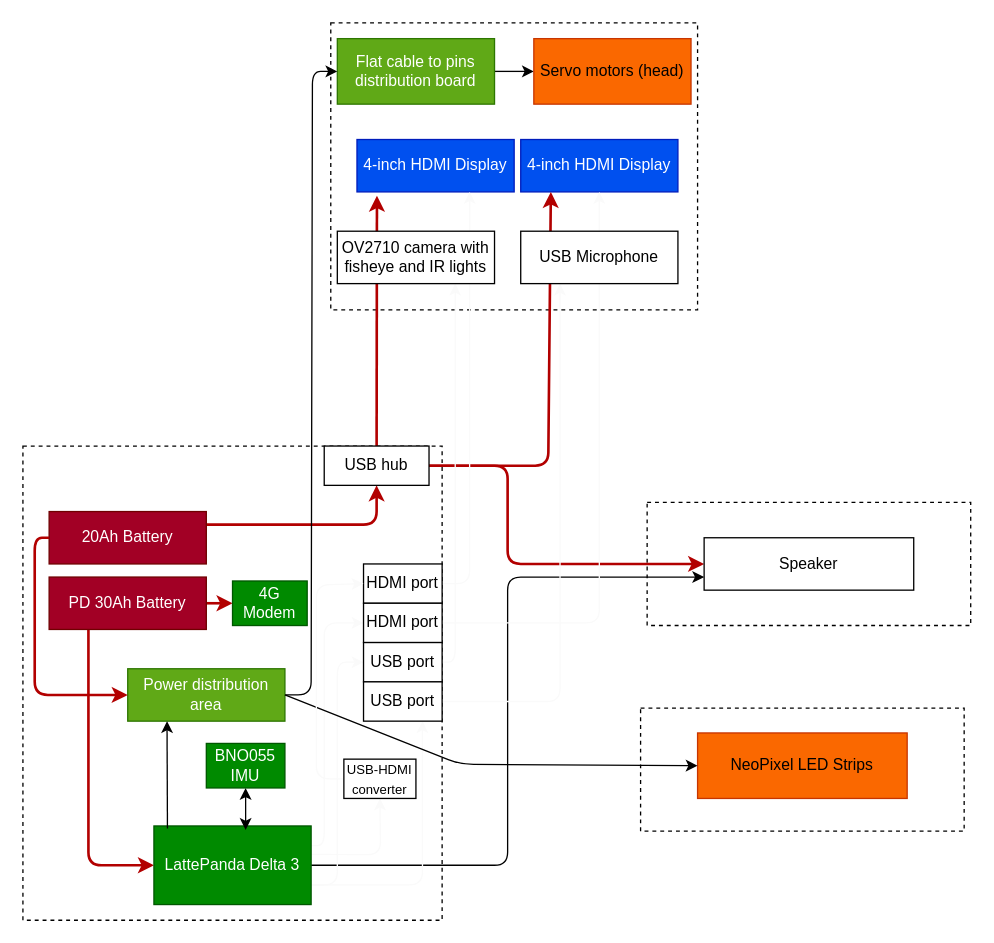
The draw.io diagram Planning/Hardware.drawio in MekhyW/DYNAMO-Electronic_Fursuit-2.0, before the edit. Source tidied: cells renumbered, new cells numbered last; positions are measured from the earlier drawing's top-left corner, leaving out a move shared by most shapes. Both pictures are drawn from the tidied source at 131%, with x=0, y=0 at pixel (22, 22).
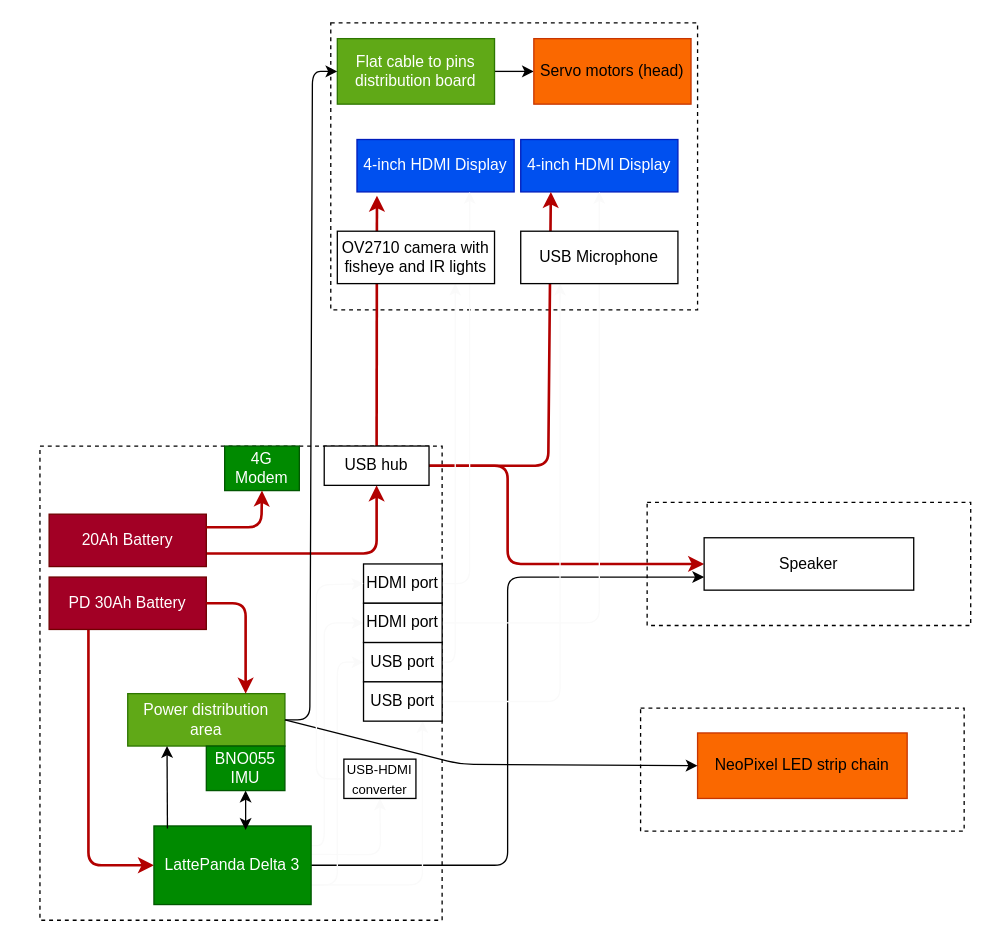
The same diagram, later.

The change refers to these unchanged cells:
```xml
<mxCell id="5" value="Flat cable to pins distribution board" style="rounded=0;whiteSpace=wrap;html=1;fillColor=#60a917;fontColor=#ffffff;strokeColor=#2D7600;" parent="1" vertex="1">
  <mxGeometry x="240" y="12" width="120" height="50" as="geometry" />
</mxCell>
<mxCell id="12" value="PD 30Ah Battery" style="rounded=0;whiteSpace=wrap;html=1;fillColor=#a20025;fontColor=#ffffff;strokeColor=#6F0000;" parent="1" vertex="1">
  <mxGeometry x="20" y="423" width="120" height="40" as="geometry" />
</mxCell>
<mxCell id="33" value="USB hub" style="rounded=0;whiteSpace=wrap;html=1;" parent="1" vertex="1">
  <mxGeometry x="230" y="323" width="80" height="30" as="geometry" />
</mxCell>
```

What changed in the source:
```diff
@@
     <mxCell id="8" style="rounded=0;whiteSpace=wrap;html=1;dashed=1;" parent="1" vertex="1">
-      <mxGeometry y="323" width="320" height="362" as="geometry" />
+      <mxGeometry x="13" y="323" width="307" height="362" as="geometry" />
     </mxCell>
@@
-    <mxCell id="11" style="edgeStyle=none;html=1;exitX=1;exitY=0.5;exitDx=0;exitDy=0;entryX=0;entryY=0.5;entryDx=0;entryDy=0;fillColor=#e51400;strokeColor=#B20000;strokeWidth=2;" parent="1" edge="1" source="12" target="47">
-      <mxGeometry relative="1" as="geometry" />
-    </mxCell>
@@
-    <mxCell id="13" style="edgeStyle=none;html=1;exitX=1;exitY=0.25;exitDx=0;exitDy=0;entryX=0.5;entryY=1;entryDx=0;entryDy=0;strokeColor=#B20000;strokeWidth=2;startArrow=none;startFill=0;fillColor=#e51400;" parent="1" edge="1" source="14" target="33">
+    <mxCell id="13" style="edgeStyle=none;html=1;exitX=1;exitY=0.75;exitDx=0;exitDy=0;entryX=0.5;entryY=1;entryDx=0;entryDy=0;strokeColor=#B20000;strokeWidth=2;startArrow=none;startFill=0;fillColor=#e51400;" parent="1" edge="1" source="14" target="33">
       <mxGeometry relative="1" as="geometry">
         <Array as="points">
-          <mxPoint x="270" y="383" />
+          <mxPoint x="270" y="405" />
         </Array>
       </mxGeometry>
     </mxCell>
     <mxCell id="14" value="20Ah Battery" style="rounded=0;whiteSpace=wrap;html=1;fillColor=#a20025;fontColor=#ffffff;strokeColor=#6F0000;" parent="1" vertex="1">
-      <mxGeometry x="20" y="373" width="120" height="40" as="geometry" />
+      <mxGeometry x="20" y="375" width="120" height="40" as="geometry" />
     </mxCell>
@@
     <mxCell id="21" style="edgeStyle=none;html=1;exitX=1;exitY=0.5;exitDx=0;exitDy=0;entryX=0;entryY=0.5;entryDx=0;entryDy=0;" parent="1" edge="1" source="22" target="5">
       <mxGeometry relative="1" as="geometry">
         <Array as="points">
-          <mxPoint x="220" y="513" />
+          <mxPoint x="219" y="532" />
           <mxPoint x="221" y="37" />
         </Array>
       </mxGeometry>
     </mxCell>
     <mxCell id="22" value="Power distribution area" style="rounded=0;whiteSpace=wrap;html=1;fillColor=#60a917;fontColor=#ffffff;strokeColor=#2D7600;" parent="1" vertex="1">
-      <mxGeometry x="80" y="493" width="120" height="40" as="geometry" />
+      <mxGeometry x="80" y="512" width="120" height="40" as="geometry" />
     </mxCell>
@@
-    <mxCell id="24" style="edgeStyle=none;html=1;exitX=0;exitY=0.5;exitDx=0;exitDy=0;fillColor=#e51400;strokeColor=#B20000;strokeWidth=2;entryX=0;entryY=0.5;entryDx=0;entryDy=0;" parent="1" edge="1" source="14" target="22">
+    <mxCell id="24" style="edgeStyle=none;html=1;exitX=1;exitY=0.5;exitDx=0;exitDy=0;fillColor=#e51400;strokeColor=#B20000;strokeWidth=2;entryX=0.75;entryY=0;entryDx=0;entryDy=0;" parent="1" edge="1" source="12" target="22">
       <mxGeometry relative="1" as="geometry">
         <Array as="points">
-          <mxPoint x="9" y="393" />
-          <mxPoint x="9" y="513" />
+          <mxPoint x="170" y="443" />
         </Array>
       </mxGeometry>
     </mxCell>
@@
-    <mxCell id="28" value="NeoPixel LED Strips" style="rounded=0;whiteSpace=wrap;html=1;fillColor=#fa6800;fontColor=#000000;strokeColor=#C73500;" parent="1" vertex="1">
+    <mxCell id="28" value="NeoPixel LED strip chain" style="rounded=0;whiteSpace=wrap;html=1;fillColor=#fa6800;fontColor=#000000;strokeColor=#C73500;" parent="1" vertex="1">
       <mxGeometry x="515" y="542" width="160" height="50" as="geometry" />
     </mxCell>
@@
     <mxCell id="31" value="BNO055 IMU" style="rounded=0;whiteSpace=wrap;html=1;fillColor=#008a00;fontColor=#ffffff;strokeColor=#005700;" parent="1" vertex="1">
-      <mxGeometry x="140" y="550" width="60" height="34" as="geometry" />
+      <mxGeometry x="140" y="552" width="60" height="34" as="geometry" />
     </mxCell>
@@
     <mxCell id="47" value="4G Modem" style="rounded=0;whiteSpace=wrap;html=1;fillColor=#008a00;fontColor=#ffffff;strokeColor=#005700;" parent="1" vertex="1">
-      <mxGeometry x="160" y="426" width="57" height="34" as="geometry" />
+      <mxGeometry x="154" y="323" width="57" height="34" as="geometry" />
     </mxCell>
+    <mxCell id="11" style="edgeStyle=none;html=1;exitX=1;exitY=0.25;exitDx=0;exitDy=0;entryX=0.5;entryY=1;entryDx=0;entryDy=0;strokeColor=#B20000;strokeWidth=2;startArrow=none;startFill=0;fillColor=#e51400;" parent="1" edge="1" source="14" target="47">
+      <mxGeometry relative="1" as="geometry">
+        <Array as="points">
+          <mxPoint x="182" y="385" />
+        </Array>
+      </mxGeometry>
+    </mxCell>
```
